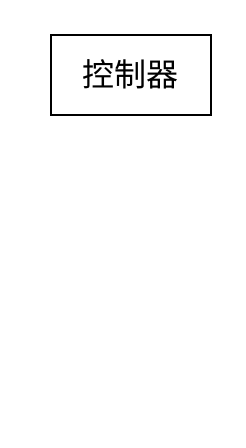
waterwatermelon/graph keeps this draw.io diagram as page "template" (1 of 2) of openflow.drawio. Above is the earlier version. Source tidied: cells renumbered, new cells numbered last; positions are measured from the earlier drawing's top-left corner, leaving out a move shared by most shapes. Both pictures are drawn from the tidied source at 200%, with x=0, y=0 at pixel (50, 34).
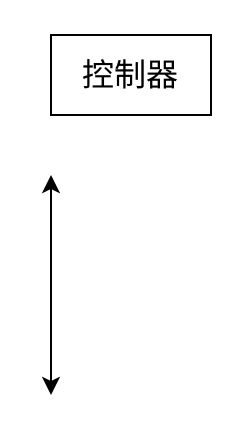
Above is the later version.

The edit, as a diff of the source:
```diff
@@
 <mxGraphModel>
   <root>
     <mxCell id="0" />
     <mxCell id="1" parent="0" />
     <mxCell id="2" value="控制器" style="rounded=0;whiteSpace=wrap;html=1;fontSize=16;" parent="1" vertex="1">
       <mxGeometry width="80" height="40" as="geometry" />
     </mxCell>
+    <mxCell id="3" style="endArrow=classic;startArrow=classic;html=1;fontSize=16;" parent="1" edge="1">
+      <mxGeometry relative="1" as="geometry">
+        <mxPoint y="180" as="sourcePoint" />
+        <mxPoint y="70" as="targetPoint" />
+      </mxGeometry>
+    </mxCell>
   </root>
 </mxGraphModel>
```
